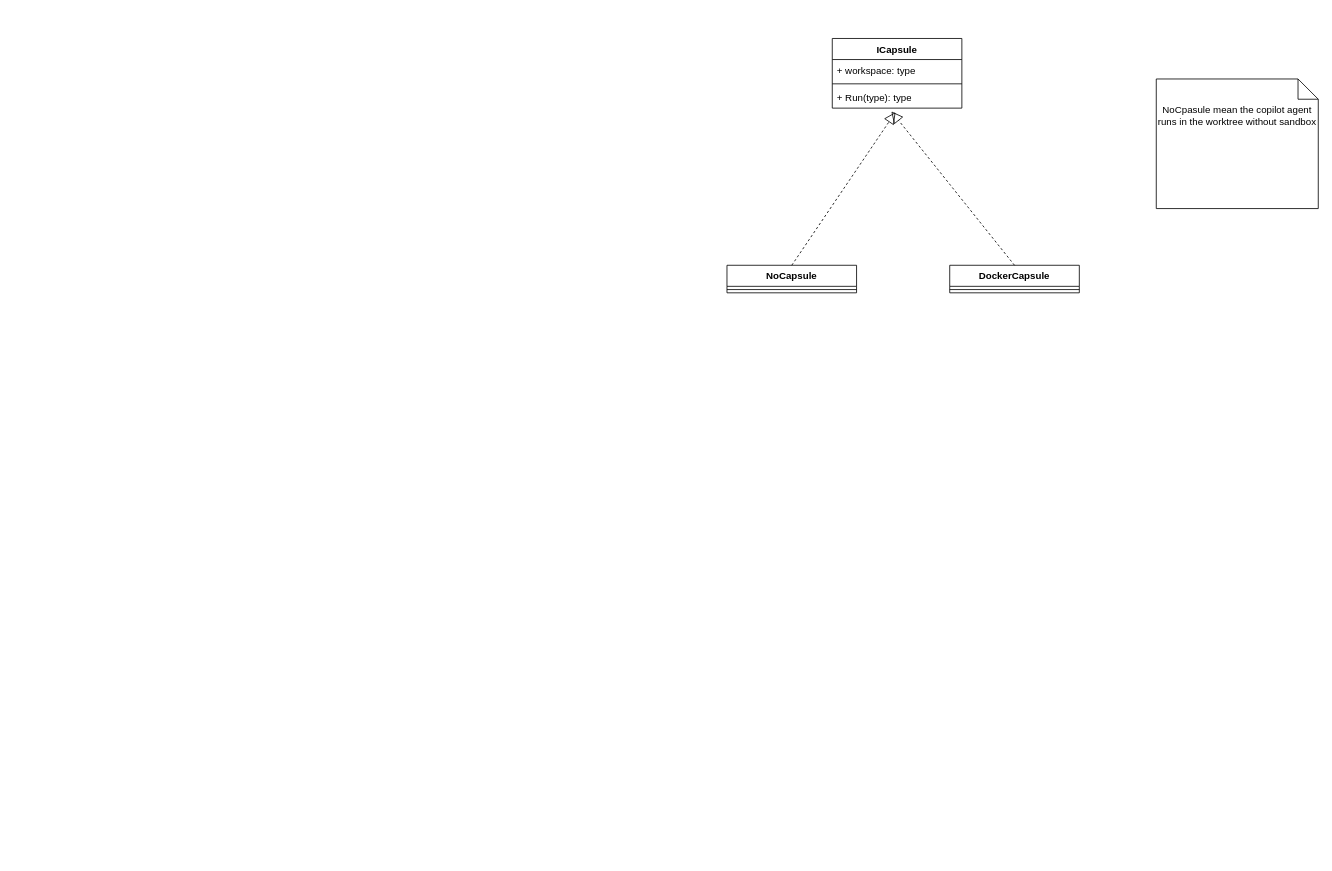
Before: page "Class" (1 of 3) of Untitled Diagram.drawio in antshc/loop, a draw.io diagram. Source tidied: cells renumbered, new cells numbered last; positions are measured from the earlier drawing's top-left corner, leaving out a move shared by most shapes. Both pictures are drawn from the tidied source at 81%, with x=0, y=0 at pixel (727, 38).
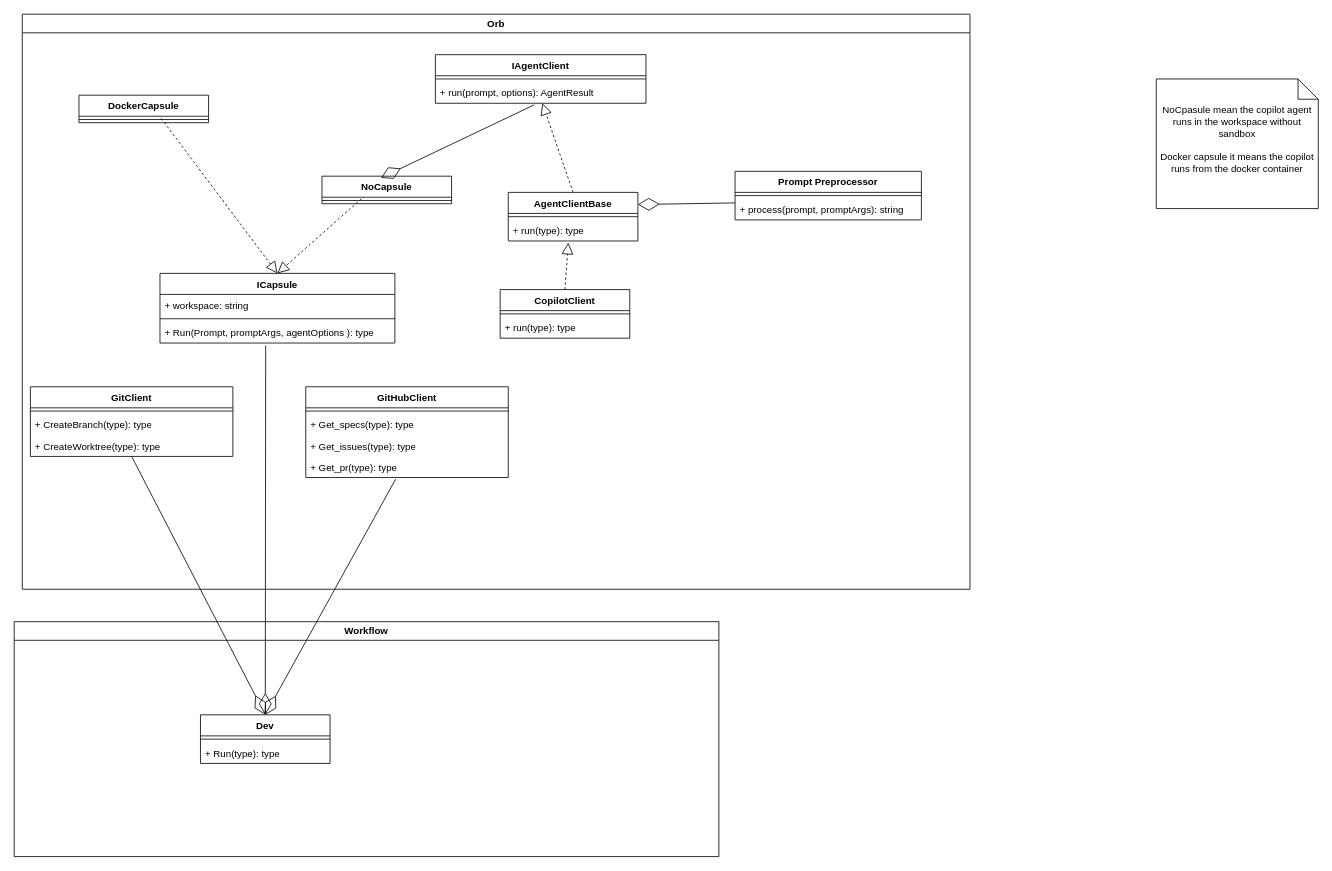
The same page after the edit.

Diff of the diagram source:
```diff
@@
+    <mxCell id="12" value="NoCpasule mean the copilot agent runs in the workspace without sandbox&lt;div&gt;&lt;br&gt;&lt;/div&gt;&lt;div&gt;Docker capsule it means the copilot runs from the docker container&lt;/div&gt;" style="shape=note2;boundedLbl=1;whiteSpace=wrap;html=1;size=25;verticalAlign=top;align=center;" parent="1" vertex="1">
+      <mxGeometry x="530" y="50" width="200" height="160" as="geometry" />
+    </mxCell>
+    <mxCell id="13" value="Orb" style="swimlane;whiteSpace=wrap;html=1;" parent="1" vertex="1">
+      <mxGeometry x="-870" y="-30" width="1170" height="710" as="geometry" />
+    </mxCell>
-    <mxCell id="2" value="ICapsule" style="swimlane;fontStyle=1;align=center;verticalAlign=top;horizontal=1;startSize=26;whiteSpace=wrap;html=1;" parent="1" vertex="1">
-      <mxGeometry x="130" width="160" height="86" as="geometry" />
+    <mxCell id="2" value="ICapsule" style="swimlane;fontStyle=1;align=center;verticalAlign=top;horizontal=1;startSize=26;whiteSpace=wrap;html=1;" parent="13" vertex="1">
+      <mxGeometry x="170" y="320" width="290" height="86" as="geometry" />
     </mxCell>
-    <mxCell id="3" value="+ workspace: type" style="text;strokeColor=none;fillColor=none;align=left;verticalAlign=top;spacingLeft=4;spacingRight=4;overflow=hidden;whiteSpace=wrap;html=1;" parent="2" vertex="1">
-      <mxGeometry y="26" width="160" height="26" as="geometry" />
+    <mxCell id="3" value="+ workspace: string" style="text;strokeColor=none;fillColor=none;align=left;verticalAlign=top;spacingLeft=4;spacingRight=4;overflow=hidden;whiteSpace=wrap;html=1;" parent="2" vertex="1">
+      <mxGeometry y="26" width="290" height="26" as="geometry" />
     </mxCell>
     <mxCell id="4" style="line;strokeWidth=1;fillColor=none;align=left;verticalAlign=middle;spacingTop=-1;spacingLeft=3;spacingRight=3;labelPosition=right;strokeColor=inherit;" parent="2" vertex="1">
-      <mxGeometry y="52" width="160" height="8" as="geometry" />
+      <mxGeometry y="52" width="290" height="8" as="geometry" />
     </mxCell>
-    <mxCell id="5" value="+ Run(type): type" style="text;strokeColor=none;fillColor=none;align=left;verticalAlign=top;spacingLeft=4;spacingRight=4;overflow=hidden;points=[[0,0.5],[1,0.5]];portConstraint=eastwest;whiteSpace=wrap;html=1;" parent="2" vertex="1">
-      <mxGeometry y="60" width="160" height="26" as="geometry" />
+    <mxCell id="5" value="+ Run(Prompt, promptArgs, agentOptions ): type" style="text;strokeColor=none;fillColor=none;align=left;verticalAlign=top;spacingLeft=4;spacingRight=4;overflow=hidden;points=[[0,0.5],[1,0.5]];portConstraint=eastwest;whiteSpace=wrap;html=1;" parent="2" vertex="1">
+      <mxGeometry y="60" width="290" height="26" as="geometry" />
     </mxCell>
+    <mxCell id="10" style="endArrow=block;dashed=1;endFill=0;endSize=12;html=1;rounded=0;entryX=0.5;entryY=0;entryDx=0;entryDy=0;exitX=0.5;exitY=0;exitDx=0;exitDy=0;" parent="13" edge="1" source="8" target="2">
+      <mxGeometry relative="1" as="geometry" />
+    </mxCell>
+    <mxCell id="11" style="endArrow=block;dashed=1;endFill=0;endSize=12;html=1;rounded=0;entryX=0.5;entryY=0;entryDx=0;entryDy=0;exitX=0.5;exitY=0;exitDx=0;exitDy=0;" parent="13" edge="1" source="6" target="2">
+      <mxGeometry relative="1" as="geometry" />
+    </mxCell>
-    <mxCell id="6" value="NoCapsule" style="swimlane;fontStyle=1;align=center;verticalAlign=top;horizontal=1;startSize=26;whiteSpace=wrap;html=1;" parent="1" vertex="1">
-      <mxGeometry y="280" width="160" height="34" as="geometry" />
+    <mxCell id="6" value="NoCapsule" style="swimlane;fontStyle=1;align=center;verticalAlign=top;horizontal=1;startSize=26;whiteSpace=wrap;html=1;" parent="13" vertex="1">
+      <mxGeometry x="370" y="200" width="160" height="34" as="geometry" />
     </mxCell>
@@
+    <mxCell id="14" style="endArrow=diamondThin;endFill=0;endSize=24;html=1;rounded=0;exitX=0.469;exitY=1.077;exitDx=0;exitDy=0;exitPerimeter=0;entryX=0.456;entryY=0.059;entryDx=0;entryDy=0;entryPerimeter=0;" parent="13" edge="1" source="17" target="6">
+      <mxGeometry relative="1" as="geometry" />
+    </mxCell>
-    <mxCell id="8" value="DockerCapsule" style="swimlane;fontStyle=1;align=center;verticalAlign=top;horizontal=1;startSize=26;whiteSpace=wrap;html=1;" parent="1" vertex="1">
-      <mxGeometry x="275" y="280" width="160" height="34" as="geometry" />
+    <mxCell id="8" value="DockerCapsule" style="swimlane;fontStyle=1;align=center;verticalAlign=top;horizontal=1;startSize=26;whiteSpace=wrap;html=1;" parent="13" vertex="1">
+      <mxGeometry x="70" y="100" width="160" height="34" as="geometry" />
     </mxCell>
@@
-    <mxCell id="10" style="endArrow=block;dashed=1;endFill=0;endSize=12;html=1;rounded=0;entryX=0.456;entryY=1.154;entryDx=0;entryDy=0;entryPerimeter=0;exitX=0.5;exitY=0;exitDx=0;exitDy=0;" parent="1" edge="1" source="8" target="5">
-      <mxGeometry relative="1" as="geometry" />
-    </mxCell>
-    <mxCell id="11" style="endArrow=block;dashed=1;endFill=0;endSize=12;html=1;rounded=0;entryX=0.488;entryY=1.192;entryDx=0;entryDy=0;entryPerimeter=0;exitX=0.5;exitY=0;exitDx=0;exitDy=0;" parent="1" edge="1" source="6" target="5">
-      <mxGeometry relative="1" as="geometry" />
-    </mxCell>
-    <mxCell id="12" value="NoCpasule mean the copilot agent runs in the worktree without sandbox" style="shape=note2;boundedLbl=1;whiteSpace=wrap;html=1;size=25;verticalAlign=top;align=center;" parent="1" vertex="1">
-      <mxGeometry x="530" y="50" width="200" height="160" as="geometry" />
-    </mxCell>
+    <mxCell id="15" value="IAgentClient" style="swimlane;fontStyle=1;align=center;verticalAlign=top;horizontal=1;startSize=26;whiteSpace=wrap;html=1;" parent="13" vertex="1">
+      <mxGeometry x="510" y="50" width="260" height="60" as="geometry" />
+    </mxCell>
+    <mxCell id="16" style="line;strokeWidth=1;fillColor=none;align=left;verticalAlign=middle;spacingTop=-1;spacingLeft=3;spacingRight=3;labelPosition=right;strokeColor=inherit;" parent="15" vertex="1">
+      <mxGeometry y="26" width="260" height="8" as="geometry" />
+    </mxCell>
+    <mxCell id="17" value="+ run(prompt, options): AgentResult" style="text;strokeColor=none;fillColor=none;align=left;verticalAlign=top;spacingLeft=4;spacingRight=4;overflow=hidden;points=[[0,0.5],[1,0.5]];portConstraint=eastwest;whiteSpace=wrap;html=1;" parent="15" vertex="1">
+      <mxGeometry y="34" width="260" height="26" as="geometry" />
+    </mxCell>
+    <mxCell id="18" value="GitClient" style="swimlane;fontStyle=1;align=center;verticalAlign=top;horizontal=1;startSize=26;whiteSpace=wrap;html=1;" parent="13" vertex="1">
+      <mxGeometry x="10" y="460" width="250" height="86" as="geometry" />
+    </mxCell>
+    <mxCell id="19" style="line;strokeWidth=1;fillColor=none;align=left;verticalAlign=middle;spacingTop=-1;spacingLeft=3;spacingRight=3;labelPosition=right;strokeColor=inherit;" parent="18" vertex="1">
+      <mxGeometry y="26" width="250" height="8" as="geometry" />
+    </mxCell>
+    <mxCell id="20" value="+ CreateBranch(type): type" style="text;strokeColor=none;fillColor=none;align=left;verticalAlign=top;spacingLeft=4;spacingRight=4;overflow=hidden;whiteSpace=wrap;html=1;" parent="18" vertex="1">
+      <mxGeometry y="34" width="250" height="26" as="geometry" />
+    </mxCell>
+    <mxCell id="21" value="+ CreateWorktree(type): type" style="text;strokeColor=none;fillColor=none;align=left;verticalAlign=top;spacingLeft=4;spacingRight=4;overflow=hidden;whiteSpace=wrap;html=1;" parent="18" vertex="1">
+      <mxGeometry y="60" width="250" height="26" as="geometry" />
+    </mxCell>
+    <mxCell id="22" value="GitHubClient" style="swimlane;fontStyle=1;align=center;verticalAlign=top;horizontal=1;startSize=26;whiteSpace=wrap;html=1;" parent="13" vertex="1">
+      <mxGeometry x="350" y="460" width="250" height="112" as="geometry" />
+    </mxCell>
+    <mxCell id="23" style="line;strokeWidth=1;fillColor=none;align=left;verticalAlign=middle;spacingTop=-1;spacingLeft=3;spacingRight=3;labelPosition=right;strokeColor=inherit;" parent="22" vertex="1">
+      <mxGeometry y="26" width="250" height="8" as="geometry" />
+    </mxCell>
+    <mxCell id="24" value="+ Get_specs(type): type" style="text;strokeColor=none;fillColor=none;align=left;verticalAlign=top;spacingLeft=4;spacingRight=4;overflow=hidden;whiteSpace=wrap;html=1;" parent="22" vertex="1">
+      <mxGeometry y="34" width="250" height="26" as="geometry" />
+    </mxCell>
+    <mxCell id="25" value="+ Get_issues(type): type" style="text;strokeColor=none;fillColor=none;align=left;verticalAlign=top;spacingLeft=4;spacingRight=4;overflow=hidden;whiteSpace=wrap;html=1;" parent="22" vertex="1">
+      <mxGeometry y="60" width="250" height="26" as="geometry" />
+    </mxCell>
+    <mxCell id="26" value="+ Get_pr(type): type" style="text;strokeColor=none;fillColor=none;align=left;verticalAlign=top;spacingLeft=4;spacingRight=4;overflow=hidden;points=[[0,0.5],[1,0.5]];portConstraint=eastwest;whiteSpace=wrap;html=1;" parent="22" vertex="1">
+      <mxGeometry y="86" width="250" height="26" as="geometry" />
+    </mxCell>
+    <mxCell id="27" value="AgentClientBase" style="swimlane;fontStyle=1;align=center;verticalAlign=top;horizontal=1;startSize=26;whiteSpace=wrap;html=1;" parent="13" vertex="1">
+      <mxGeometry x="600" y="220" width="160" height="60" as="geometry" />
+    </mxCell>
+    <mxCell id="28" style="line;strokeWidth=1;fillColor=none;align=left;verticalAlign=middle;spacingTop=-1;spacingLeft=3;spacingRight=3;labelPosition=right;strokeColor=inherit;" parent="27" vertex="1">
+      <mxGeometry y="26" width="160" height="8" as="geometry" />
+    </mxCell>
+    <mxCell id="29" value="+ run(type): type" style="text;strokeColor=none;fillColor=none;align=left;verticalAlign=top;spacingLeft=4;spacingRight=4;overflow=hidden;points=[[0,0.5],[1,0.5]];portConstraint=eastwest;whiteSpace=wrap;html=1;" parent="27" vertex="1">
+      <mxGeometry y="34" width="160" height="26" as="geometry" />
+    </mxCell>
+    <mxCell id="30" style="endArrow=block;dashed=1;endFill=0;endSize=12;html=1;rounded=0;entryX=0.508;entryY=1;entryDx=0;entryDy=0;entryPerimeter=0;exitX=0.5;exitY=0;exitDx=0;exitDy=0;" parent="13" edge="1" source="27" target="17">
+      <mxGeometry relative="1" as="geometry" />
+    </mxCell>
+    <mxCell id="31" value="CopilotClient" style="swimlane;fontStyle=1;align=center;verticalAlign=top;horizontal=1;startSize=26;whiteSpace=wrap;html=1;" parent="13" vertex="1">
+      <mxGeometry x="590" y="340" width="160" height="60" as="geometry" />
+    </mxCell>
+    <mxCell id="32" style="line;strokeWidth=1;fillColor=none;align=left;verticalAlign=middle;spacingTop=-1;spacingLeft=3;spacingRight=3;labelPosition=right;strokeColor=inherit;" parent="31" vertex="1">
+      <mxGeometry y="26" width="160" height="8" as="geometry" />
+    </mxCell>
+    <mxCell id="33" value="+ run(type): type" style="text;strokeColor=none;fillColor=none;align=left;verticalAlign=top;spacingLeft=4;spacingRight=4;overflow=hidden;whiteSpace=wrap;html=1;" parent="31" vertex="1">
+      <mxGeometry y="34" width="160" height="26" as="geometry" />
+    </mxCell>
+    <mxCell id="34" style="endArrow=block;dashed=1;endFill=0;endSize=12;html=1;rounded=0;entryX=0.463;entryY=1.077;entryDx=0;entryDy=0;entryPerimeter=0;exitX=0.5;exitY=0;exitDx=0;exitDy=0;" parent="13" edge="1" source="31" target="29">
+      <mxGeometry relative="1" as="geometry" />
+    </mxCell>
+    <mxCell id="35" value="Prompt Preprocessor" style="swimlane;fontStyle=1;align=center;verticalAlign=top;horizontal=1;startSize=26;whiteSpace=wrap;html=1;" parent="13" vertex="1">
+      <mxGeometry x="880" y="194" width="230" height="60" as="geometry" />
+    </mxCell>
+    <mxCell id="36" style="line;strokeWidth=1;fillColor=none;align=left;verticalAlign=middle;spacingTop=-1;spacingLeft=3;spacingRight=3;labelPosition=right;strokeColor=inherit;" parent="35" vertex="1">
+      <mxGeometry y="26" width="230" height="8" as="geometry" />
+    </mxCell>
+    <mxCell id="37" value="+ process(prompt, promptArgs): string" style="text;strokeColor=none;fillColor=none;align=left;verticalAlign=top;spacingLeft=4;spacingRight=4;overflow=hidden;whiteSpace=wrap;html=1;" parent="35" vertex="1">
+      <mxGeometry y="34" width="230" height="26" as="geometry" />
+    </mxCell>
+    <mxCell id="38" style="endArrow=diamondThin;endFill=0;endSize=24;html=1;rounded=0;exitX=0;exitY=0.5;exitDx=0;exitDy=0;entryX=1;entryY=0.25;entryDx=0;entryDy=0;" parent="13" edge="1" target="27">
+      <mxGeometry relative="1" as="geometry">
+        <mxPoint x="880" y="233" as="sourcePoint" />
+      </mxGeometry>
+    </mxCell>
+    <mxCell id="39" value="Workflow" style="swimlane;whiteSpace=wrap;html=1;" parent="1" vertex="1">
+      <mxGeometry x="-880" y="720" width="870" height="290" as="geometry" />
+    </mxCell>
+    <mxCell id="40" value="Dev" style="swimlane;fontStyle=1;align=center;verticalAlign=top;horizontal=1;startSize=26;whiteSpace=wrap;html=1;" parent="39" vertex="1">
+      <mxGeometry x="230" y="115" width="160" height="60" as="geometry" />
+    </mxCell>
+    <mxCell id="41" style="line;strokeWidth=1;fillColor=none;align=left;verticalAlign=middle;spacingTop=-1;spacingLeft=3;spacingRight=3;labelPosition=right;strokeColor=inherit;" parent="40" vertex="1">
+      <mxGeometry y="26" width="160" height="8" as="geometry" />
+    </mxCell>
+    <mxCell id="42" value="+ Run(type): type" style="text;strokeColor=none;fillColor=none;align=left;verticalAlign=top;spacingLeft=4;spacingRight=4;overflow=hidden;whiteSpace=wrap;html=1;" parent="40" vertex="1">
+      <mxGeometry y="34" width="160" height="26" as="geometry" />
+    </mxCell>
+    <mxCell id="43" style="endArrow=diamondThin;endFill=0;endSize=24;html=1;rounded=0;exitX=0.45;exitY=1.115;exitDx=0;exitDy=0;exitPerimeter=0;entryX=0.5;entryY=0;entryDx=0;entryDy=0;" parent="1" edge="1" source="5" target="40">
+      <mxGeometry relative="1" as="geometry" />
+    </mxCell>
+    <mxCell id="44" style="endArrow=diamondThin;endFill=0;endSize=24;html=1;rounded=0;exitX=0.5;exitY=1;exitDx=0;exitDy=0;entryX=0.5;entryY=0;entryDx=0;entryDy=0;" parent="1" edge="1" source="18" target="40">
+      <mxGeometry relative="1" as="geometry" />
+    </mxCell>
+    <mxCell id="45" style="endArrow=diamondThin;endFill=0;endSize=24;html=1;rounded=0;exitX=0.444;exitY=1.077;exitDx=0;exitDy=0;entryX=0.5;entryY=0;entryDx=0;entryDy=0;exitPerimeter=0;" parent="1" edge="1" source="26" target="40">
+      <mxGeometry relative="1" as="geometry" />
+    </mxCell>
```
